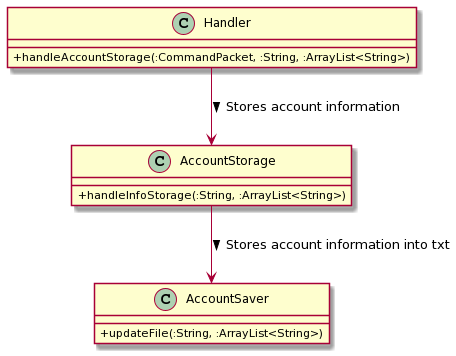
The PlantUML diagram docs/uml_images/financetools/AccountStorage/AccountStorageClassDiagram.png in nus-cs2113-AY2021S1/tp, before a commit.
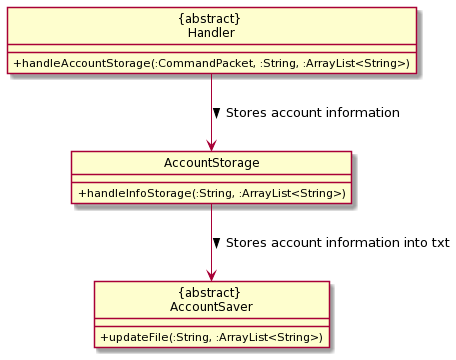
Above is the later version.

The edit, as a diff of the source:
```diff
@@ -1,6 +1,7 @@
 @startuml
+hide circle
 skinparam classAttributeIconSize 0
-class Handler {
+class "{abstract} \nHandler" {
  +handleAccountStorage(:CommandPacket, :String, :ArrayList<String>)
 }
 
@@ -8,10 +9,10 @@
  +handleInfoStorage(:String, :ArrayList<String>)
 }
 
-class AccountSaver {
+class "{abstract} \nAccountSaver" {
  +updateFile(:String, :ArrayList<String>)
 }
 
-Handler --> AccountStorage : Stores account information >
-AccountStorage --> AccountSaver : Stores account information into txt >
+"{abstract} \nHandler" --> AccountStorage : Stores account information >
+AccountStorage --> "{abstract} \nAccountSaver" : Stores account information into txt >
 @enduml
```
